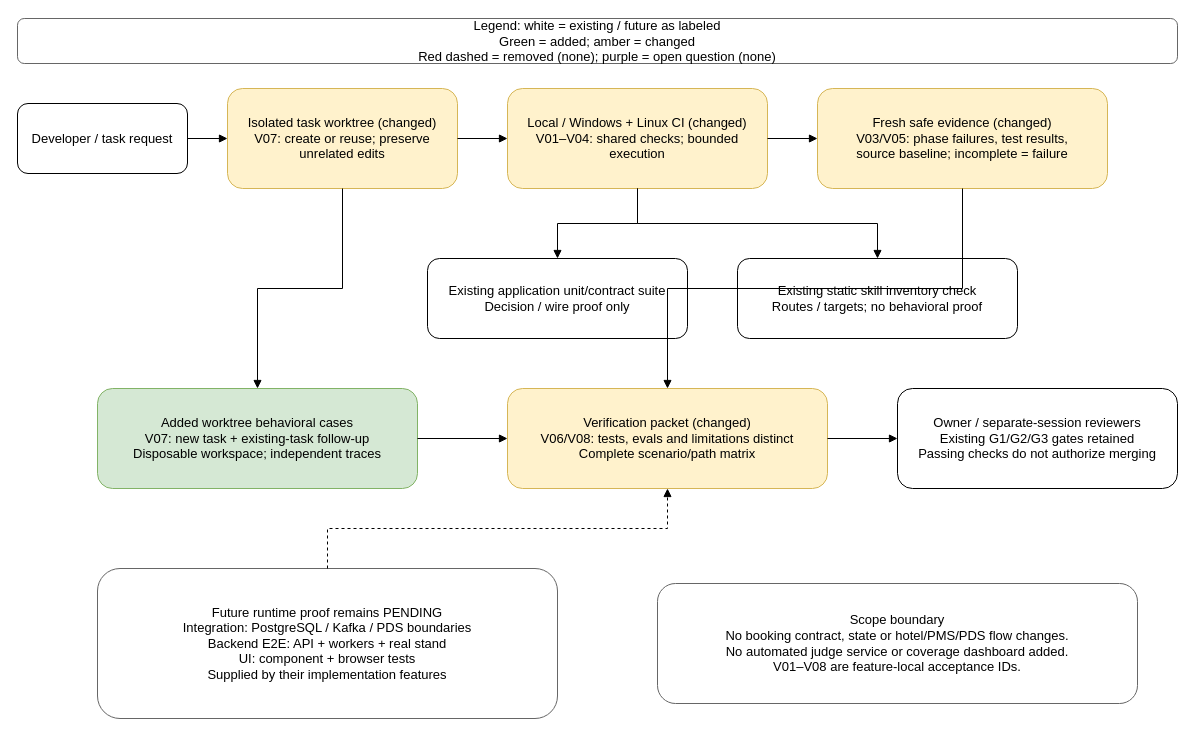
This is diagrams/006-layered-testing-verification/flow.drawio from IgnatovichStanislav/checkin-booking, a draw.io file, before an edit. Source tidied: cells renumbered, new cells numbered last; positions are measured from the earlier drawing's top-left corner, leaving out a move shared by most shapes. Both pictures are drawn from the tidied source at 100%, with x=0, y=0 at pixel (17, 18).
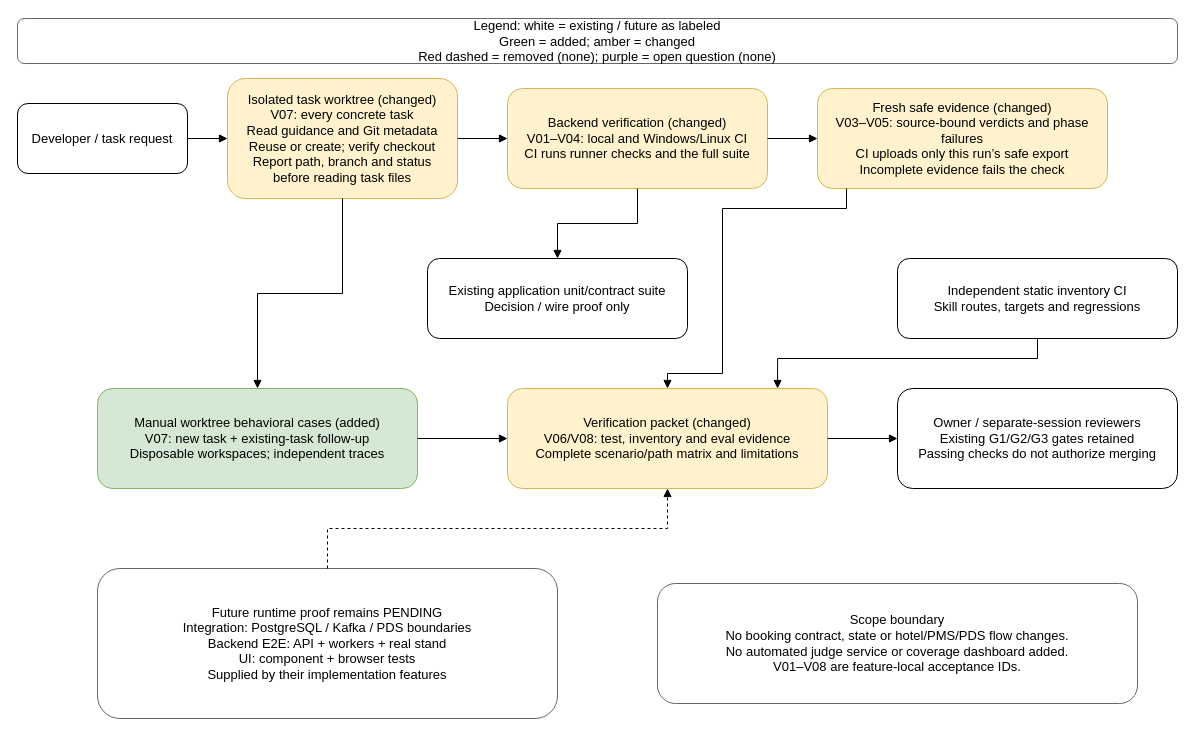
After the change.

Commit message (it also covers changes not shown here):
docs(006): complete coverage and verification handoff

What changed in the source:
```diff
@@
-    <mxCell id="3" value="Isolated task worktree (changed)&#10;V07: create or reuse; preserve unrelated edits" style="rounded=1;whiteSpace=wrap;html=0;fillColor=#fff2cc;strokeColor=#d6b656;fontSize=13;" parent="1" vertex="1">
-      <mxGeometry x="210" y="70" width="230" height="100" as="geometry" />
+    <mxCell id="3" value="Isolated task worktree (changed)&#10;V07: every concrete task&#10;Read guidance and Git metadata&#10;Reuse or create; verify checkout&#10;Report path, branch and status&#10;before reading task files" style="rounded=1;whiteSpace=wrap;html=0;fillColor=#fff2cc;strokeColor=#d6b656;fontSize=13;" parent="1" vertex="1">
+      <mxGeometry x="210" y="60" width="230" height="120" as="geometry" />
     </mxCell>
-    <mxCell id="4" value="Local / Windows + Linux CI (changed)&#10;V01–V04: shared checks; bounded execution" style="rounded=1;whiteSpace=wrap;html=0;fillColor=#fff2cc;strokeColor=#d6b656;fontSize=13;" parent="1" vertex="1">
+    <mxCell id="4" value="Backend verification (changed)&#10;V01–V04: local and Windows/Linux CI&#10;CI runs runner checks and the full suite" style="rounded=1;whiteSpace=wrap;html=0;fillColor=#fff2cc;strokeColor=#d6b656;fontSize=13;" parent="1" vertex="1">
       <mxGeometry x="490" y="70" width="260" height="100" as="geometry" />
     </mxCell>
-    <mxCell id="5" value="Fresh safe evidence (changed)&#10;V03/V05: phase failures, test results,&#10;source baseline; incomplete = failure" style="rounded=1;whiteSpace=wrap;html=0;fillColor=#fff2cc;strokeColor=#d6b656;fontSize=13;" parent="1" vertex="1">
+    <mxCell id="5" value="Fresh safe evidence (changed)&#10;V03–V05: source-bound verdicts and phase failures&#10;CI uploads only this run’s safe export&#10;Incomplete evidence fails the check" style="rounded=1;whiteSpace=wrap;html=0;fillColor=#fff2cc;strokeColor=#d6b656;fontSize=13;" parent="1" vertex="1">
       <mxGeometry x="800" y="70" width="290" height="100" as="geometry" />
     </mxCell>
@@
-    <mxCell id="7" value="Existing static skill inventory check&#10;Routes / targets; no behavioral proof" style="rounded=1;whiteSpace=wrap;html=0;fillColor=#ffffff;strokeColor=#000000;fontSize=13;" parent="1" vertex="1">
-      <mxGeometry x="720" y="240" width="280" height="80" as="geometry" />
+    <mxCell id="7" value="Independent static inventory CI&#10;Skill routes, targets and regressions" style="rounded=1;whiteSpace=wrap;html=0;fillColor=#ffffff;strokeColor=#000000;fontSize=13;" parent="1" vertex="1">
+      <mxGeometry x="880" y="240" width="280" height="80" as="geometry" />
     </mxCell>
-    <mxCell id="8" value="Added worktree behavioral cases&#10;V07: new task + existing-task follow-up&#10;Disposable workspace; independent traces" style="rounded=1;whiteSpace=wrap;html=0;fillColor=#d5e8d4;strokeColor=#82b366;fontSize=13;" parent="1" vertex="1">
+    <mxCell id="8" value="Manual worktree behavioral cases (added)&#10;V07: new task + existing-task follow-up&#10;Disposable workspaces; independent traces" style="rounded=1;whiteSpace=wrap;html=0;fillColor=#d5e8d4;strokeColor=#82b366;fontSize=13;" parent="1" vertex="1">
       <mxGeometry x="80" y="370" width="320" height="100" as="geometry" />
     </mxCell>
-    <mxCell id="9" value="Verification packet (changed)&#10;V06/V08: tests, evals and limitations distinct&#10;Complete scenario/path matrix" style="rounded=1;whiteSpace=wrap;html=0;fillColor=#fff2cc;strokeColor=#d6b656;fontSize=13;" parent="1" vertex="1">
+    <mxCell id="9" value="Verification packet (changed)&#10;V06/V08: test, inventory and eval evidence&#10;Complete scenario/path matrix and limitations" style="rounded=1;whiteSpace=wrap;html=0;fillColor=#fff2cc;strokeColor=#d6b656;fontSize=13;" parent="1" vertex="1">
       <mxGeometry x="490" y="370" width="320" height="100" as="geometry" />
     </mxCell>
@@
-    <mxCell id="18" style="edgeStyle=orthogonalEdgeStyle;rounded=0;endArrow=block;" parent="1" edge="1" source="4" target="7">
-      <mxGeometry relative="1" as="geometry" />
+    <mxCell id="18" style="edgeStyle=orthogonalEdgeStyle;rounded=0;exitX=0.5;exitY=1;entryX=0.844;entryY=0;endArrow=block;" parent="1" edge="1" source="7" target="9">
+      <mxGeometry relative="1" as="geometry">
+        <Array as="points">
+          <mxPoint x="1020" y="340" />
+          <mxPoint x="760" y="340" />
+        </Array>
+      </mxGeometry>
     </mxCell>
@@
-    <mxCell id="20" style="edgeStyle=orthogonalEdgeStyle;rounded=0;endArrow=block;" parent="1" edge="1" source="5" target="9">
-      <mxGeometry relative="1" as="geometry" />
+    <mxCell id="20" style="edgeStyle=orthogonalEdgeStyle;rounded=0;exitX=0.1;exitY=1;entryX=0.5;entryY=0;endArrow=block;" parent="1" edge="1" source="5" target="9">
+      <mxGeometry relative="1" as="geometry">
+        <Array as="points">
+          <mxPoint x="705" y="190" />
+          <mxPoint x="705" y="355" />
+          <mxPoint x="650" y="355" />
+        </Array>
+      </mxGeometry>
     </mxCell>
```
